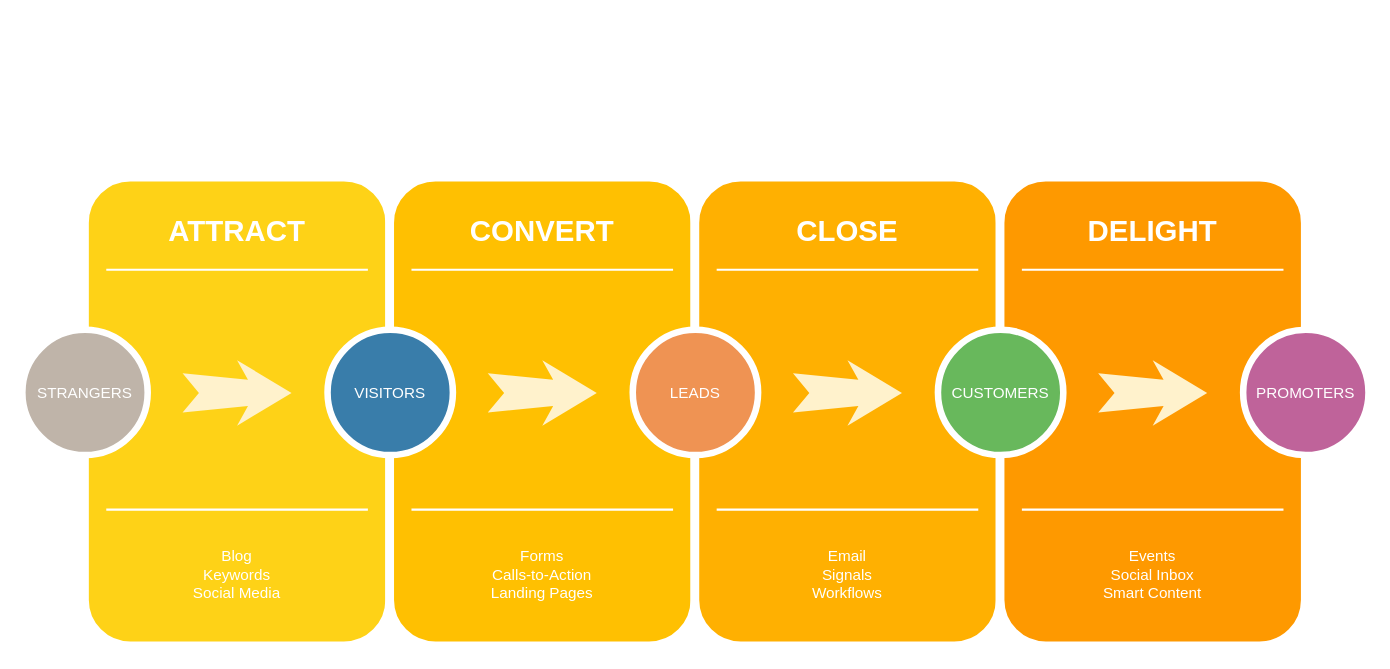
The draw.io diagram Untitled Diagram.drawio in nooska44/uni, before the edit. Source tidied: cells renumbered, new cells numbered last; positions are measured from the earlier drawing's top-left corner, leaving out a move shared by most shapes. Both pictures are drawn from the tidied source at 109%, with x=0, y=0 at pixel (22, 177).
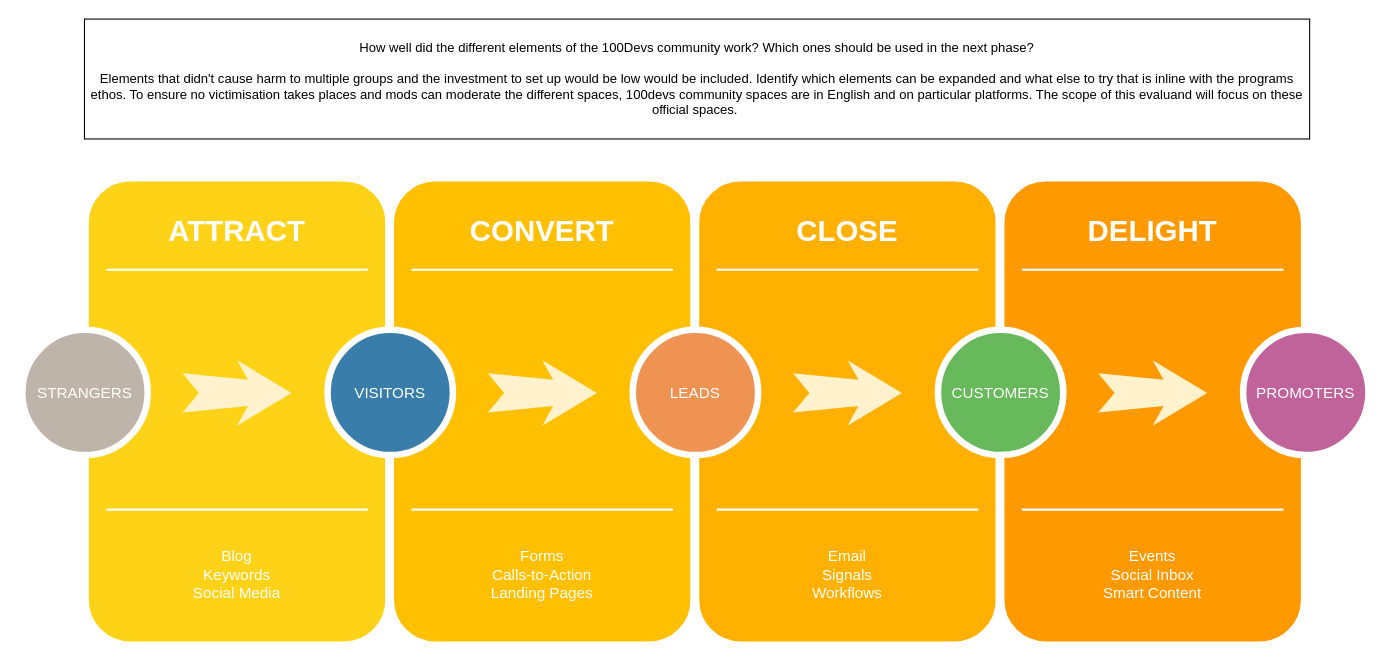
Above is the later version.

Commit message:
Overall EQ added and scoping statement

What changed in the source:
```diff
@@
+    <mxCell id="31" value="How well did the different elements of the 100Devs community work? Which ones should be used in the next phase?&lt;br&gt;&lt;br&gt;Elements that didn't cause harm to multiple groups and the investment to set up would be low would be included. Identify which elements can be expanded and what else to try that is inline with the programs ethos. To ensure no victimisation takes places and mods can moderate the different spaces, 100devs community spaces are in English and on particular platforms. The scope of this evaluand will focus on these official spaces.&amp;nbsp;" style="rounded=0;whiteSpace=wrap;html=1;" parent="1" vertex="1">
+      <mxGeometry x="57" y="-145" width="1124" height="110" as="geometry" />
+    </mxCell>
```
